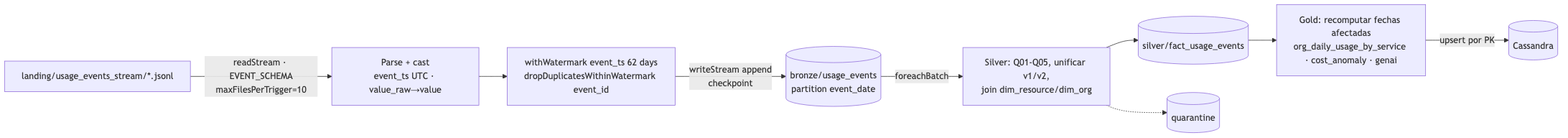
KatiaMenshikoff/TP-BIGDATA keeps this Mermaid diagram as docs/diagramas/flujo_streaming.png. Above is the earlier version. Its source is kept beside it as docs/diagramas/flujo_streaming.mmd. Its diagram source:
```mermaid
flowchart LR
  A[landing/usage_events_stream/*.jsonl] -->|readStream · EVENT_SCHEMA<br/>maxFilesPerTrigger=10| B[Parse + cast<br/>event_ts UTC · value_raw→value]
  B --> C[withWatermark event_ts 62 days<br/>dropDuplicatesWithinWatermark event_id]
  C -->|writeStream append<br/>checkpoint| D[(bronze/usage_events<br/>partition event_date)]
  D -->|foreachBatch| E[Silver: Q01-Q05, unificar v1/v2,<br/>join dim_resource/dim_org]
  E --> F[(silver/fact_usage_events)]
  E -.-> Q[(quarantine)]
  F --> G[Gold: recomputar fechas afectadas<br/>org_daily_usage_by_service · cost_anomaly · genai]
  G -->|upsert por PK| H[(Cassandra)]
```
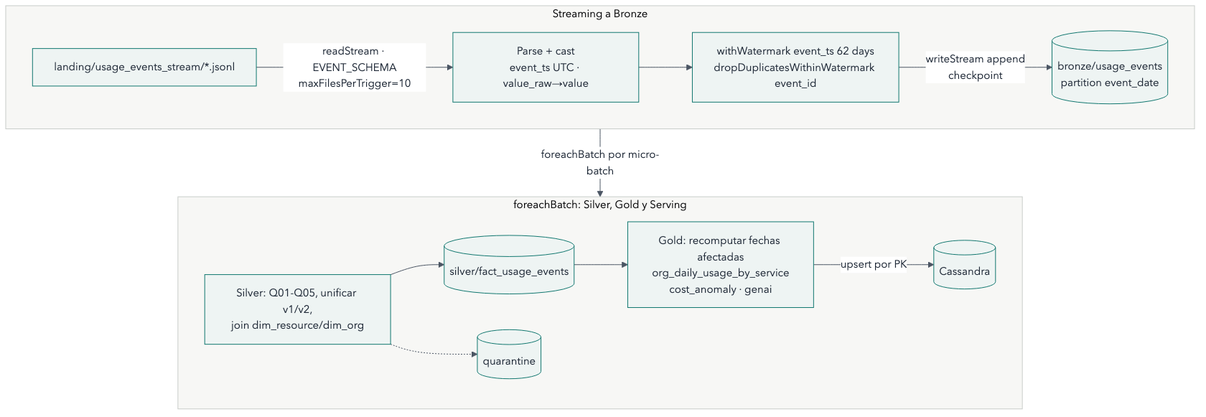
After the change.

What changed in the source:
```diff
@@ -1,9 +1,15 @@
-flowchart LR
-  A[landing/usage_events_stream/*.jsonl] -->|readStream · EVENT_SCHEMA<br/>maxFilesPerTrigger=10| B[Parse + cast<br/>event_ts UTC · value_raw→value]
-  B --> C[withWatermark event_ts 62 days<br/>dropDuplicatesWithinWatermark event_id]
-  C -->|writeStream append<br/>checkpoint| D[(bronze/usage_events<br/>partition event_date)]
-  D -->|foreachBatch| E[Silver: Q01-Q05, unificar v1/v2,<br/>join dim_resource/dim_org]
-  E --> F[(silver/fact_usage_events)]
-  E -.-> Q[(quarantine)]
-  F --> G[Gold: recomputar fechas afectadas<br/>org_daily_usage_by_service · cost_anomaly · genai]
-  G -->|upsert por PK| H[(Cassandra)]
+flowchart TB
+  subgraph S1["Streaming a Bronze"]
+    direction LR
+    A[landing/usage_events_stream/*.jsonl] -->|readStream · EVENT_SCHEMA<br/>maxFilesPerTrigger=10| B[Parse + cast<br/>event_ts UTC · value_raw→value]
+    B --> C[withWatermark event_ts 62 days<br/>dropDuplicatesWithinWatermark event_id]
+    C -->|writeStream append<br/>checkpoint| D[(bronze/usage_events<br/>partition event_date)]
+  end
+  subgraph S2["foreachBatch: Silver, Gold y Serving"]
+    direction LR
+    E[Silver: Q01-Q05, unificar v1/v2,<br/>join dim_resource/dim_org] --> F[(silver/fact_usage_events)]
+    E -.-> Q[(quarantine)]
+    F --> G[Gold: recomputar fechas afectadas<br/>org_daily_usage_by_service<br/>cost_anomaly · genai]
+    G -->|upsert por PK| H[(Cassandra)]
+  end
+  S1 -->|foreachBatch por micro-batch| S2
```
